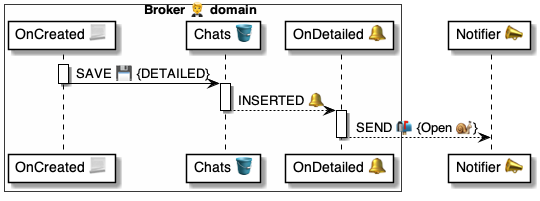
This is 4 ⚙️ Solution/20 🧑‍🦰 UI/Brokers 🤵/🤵🪣 Broker tables/Chats 💬 table/🪣🔔 on Detailed/🤵 OnChatDetailed ⚙️ uml.png from pollyweb-org/pollyweb-docs, a PlantUML export, as it was before one commit. Its source is kept beside it as 4 ⚙️ Solution/20 🧑‍🦰 UI/Brokers 🤵/🤵🪣 Broker tables/Chats 💬 table/🪣🔔 on Detailed/🤵 OnChatDetailed ⚙️ uml.puml.
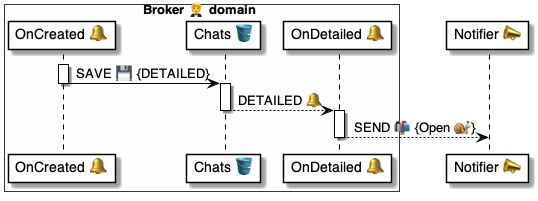
After the change.

Change to the diagram source:
```diff
@@ -2,7 +2,7 @@
 
 
 box Broker 🤵 domain #FFFFFA
-    participant "OnCreated 📃" as script
+    participant "OnCreated 🔔" as script
     participant "Chats 🪣" as table
     participant "OnDetailed 🔔" as handler
 end box
@@ -16,7 +16,7 @@
 deactivate script
 
 activate table
-    table --> handler: INSERTED 🔔
+    table --> handler: DETAILED 🔔
 deactivate table
 
 activate handler
```
